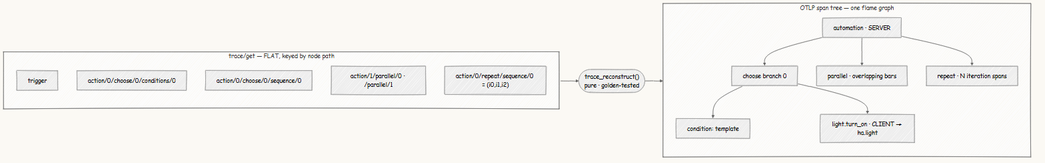
Above: docs/diagrams/reconstruction.png in wiz-abhi/Home-APM (Mermaid), before the change. Its source is kept beside it as docs/diagrams/reconstruction.mmd.
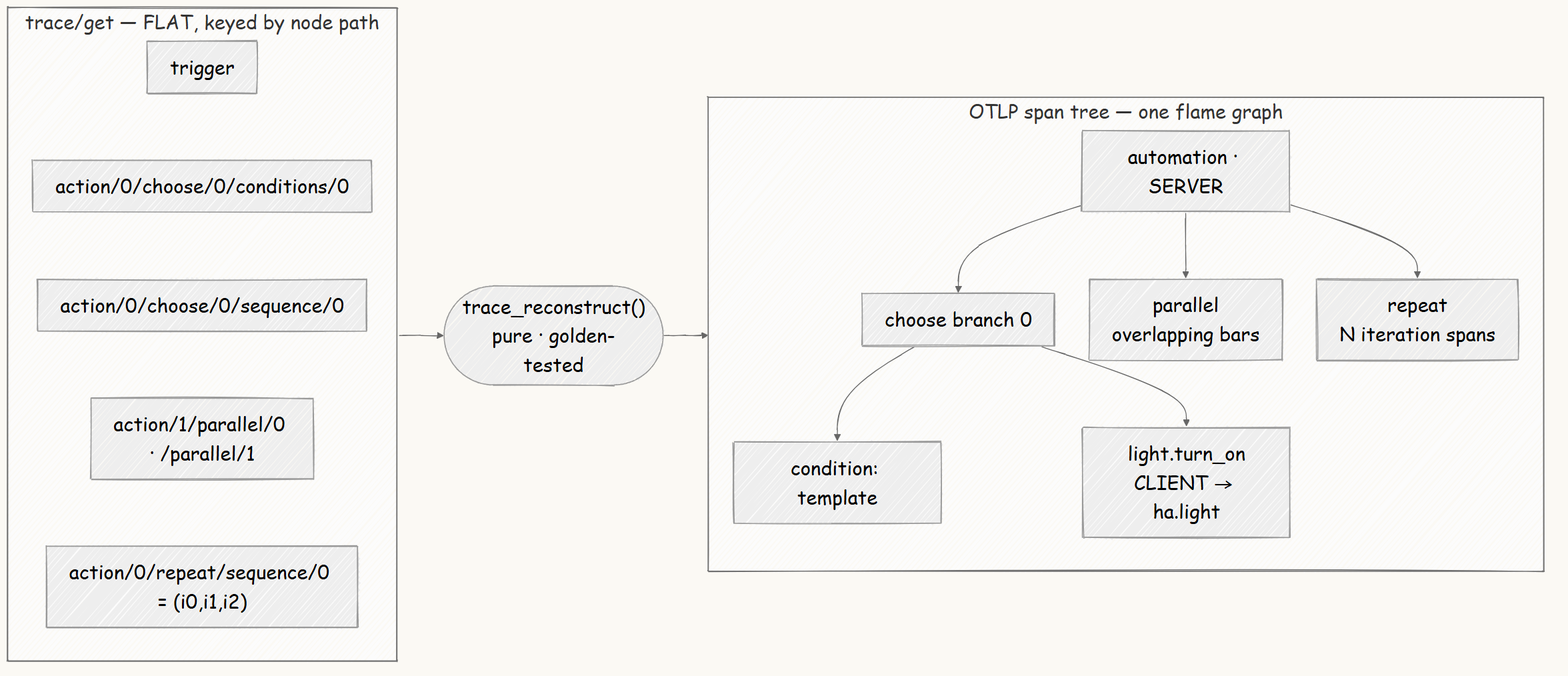
The same file after the commit.

The edit, as a diff of the source:
```diff
@@ -6,6 +6,7 @@
       c["action/0/choose/0/sequence/0"]
       d["action/1/parallel/0 · /parallel/1"]
       e["action/0/repeat/sequence/0 = (i0,i1,i2)"]
+      a ~~~ b ~~~ c ~~~ d ~~~ e
     end
     R(["trace_reconstruct()<br/>pure · golden-tested"])
     subgraph TREE["OTLP span tree — one flame graph"]
@@ -13,8 +14,8 @@
       r["automation · SERVER"]
       r --> ch["choose branch 0"]
       ch --> cond["condition: template"]
-      ch --> call["light.turn_on · CLIENT → ha.light"]
-      r --> par["parallel · overlapping bars"]
-      r --> rep["repeat · N iteration spans"]
+      ch --> call["light.turn_on<br/>CLIENT → ha.light"]
+      r --> par["parallel<br/>overlapping bars"]
+      r --> rep["repeat<br/>N iteration spans"]
     end
     FLAT --> R --> TREE
```
